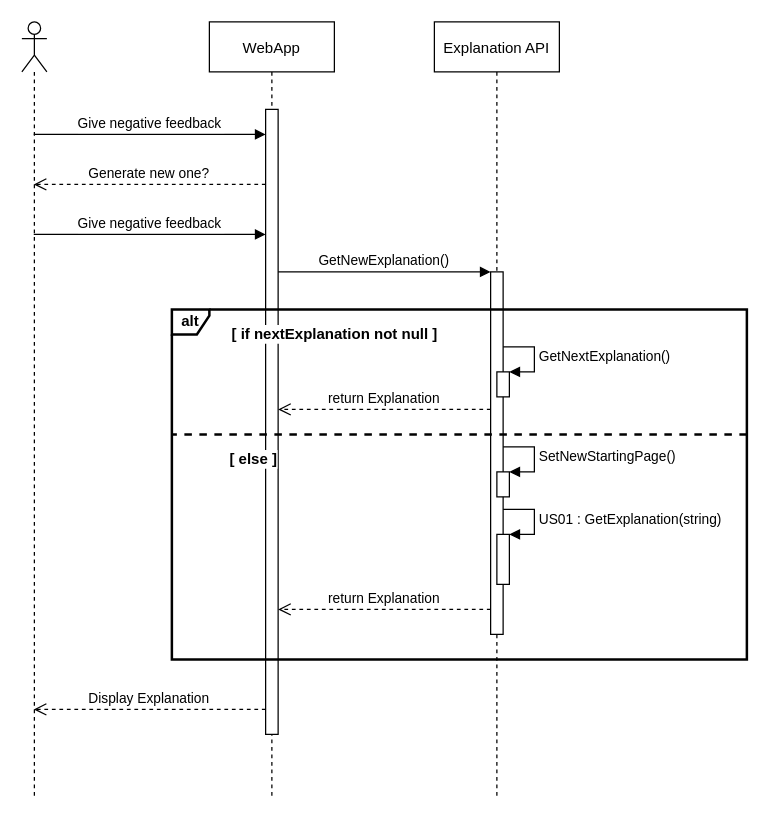
Earlier version of the draw.io diagram diagrams/US02_SD.drawio (whzd/thesis). Source tidied: cells renumbered, new cells numbered last; positions are measured from the earlier drawing's top-left corner, leaving out a move shared by most shapes. Both pictures are drawn from the tidied source at 125%, with x=0, y=0 at pixel (21, 21).
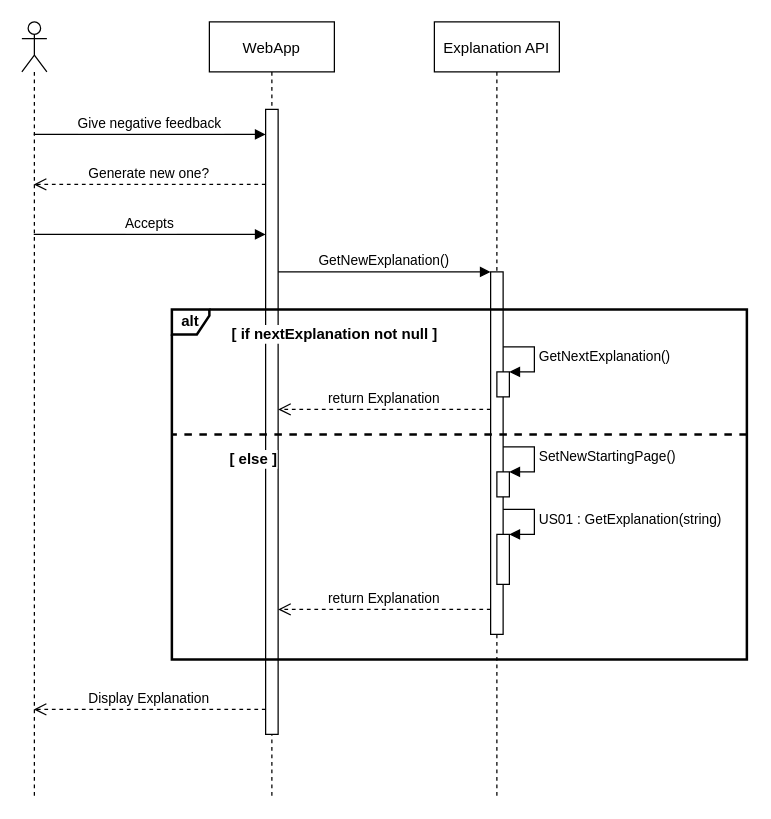
Above is the later version.

Unchanged cells that the change refers to:
```xml
<mxCell id="3" style="points=[];perimeter=orthogonalPerimeter;rounded=0;shadow=0;strokeWidth=1;" parent="2" vertex="1">
  <mxGeometry x="45" y="70" width="10" height="500" as="geometry" />
</mxCell>
<mxCell id="10" style="shape=umlLifeline;participant=umlActor;perimeter=lifelinePerimeter;whiteSpace=wrap;html=1;verticalAlign=top;spacingTop=36;outlineConnect=0;" parent="1" vertex="1">
  <mxGeometry width="20" height="620" as="geometry" />
</mxCell>
```

The edit, as a diff of the source:
```diff
@@
-    <mxCell id="14" value="Give negative feedback" style="verticalAlign=bottom;endArrow=block;shadow=0;strokeWidth=1;" parent="1" edge="1" source="10" target="3">
+    <mxCell id="14" value="Accepts" style="verticalAlign=bottom;endArrow=block;shadow=0;strokeWidth=1;" parent="1" edge="1" source="10" target="3">
       <mxGeometry relative="1" as="geometry">
         <Array as="points">
           <mxPoint x="100" y="170" />
         </Array>
       </mxGeometry>
     </mxCell>
```
